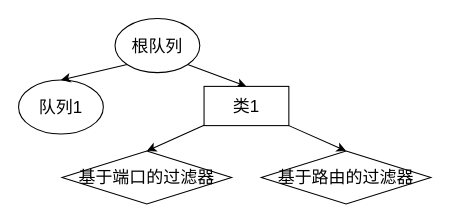
Above: page "TC实现流量控制的层次结构" (5 of 7) of 网络控制技术_流程图.drawio in Icarus1994/neutron_conf (draw.io), before the change. Source tidied: cells renumbered, new cells numbered last; positions are measured from the earlier drawing's top-left corner, leaving out a move shared by most shapes. Both pictures are drawn from the tidied source at 106%, with x=0, y=0 at pixel (18, 18).
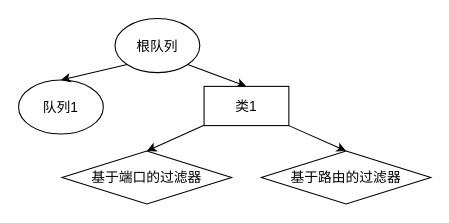
The same diagram, later.

Diff of the diagram source:
```diff
@@
 <mxGraphModel>
   <root>
     <mxCell id="0" />
     <mxCell id="1" parent="0" />
-    <mxCell id="2" style="edgeStyle=none;rounded=0;jettySize=auto;html=1;exitX=1;exitY=1;exitDx=0;exitDy=0;entryX=0.5;entryY=0;entryDx=0;entryDy=0;fontSize=16;" parent="1" edge="1" source="8" target="5">
+    <mxCell id="2" style="edgeStyle=none;rounded=0;jettySize=auto;html=1;exitX=1;exitY=1;exitDx=0;exitDy=0;entryX=0.5;entryY=0;entryDx=0;entryDy=0;fontSize=13;" parent="1" edge="1" source="8" target="5">
       <mxGeometry relative="1" as="geometry" />
     </mxCell>
-    <mxCell id="3" style="edgeStyle=none;rounded=0;jettySize=auto;html=1;entryX=0.5;entryY=0;entryDx=0;entryDy=0;fontSize=16;" parent="1" edge="1" source="5" target="6">
+    <mxCell id="3" style="edgeStyle=none;rounded=0;jettySize=auto;html=1;entryX=0.5;entryY=0;entryDx=0;entryDy=0;fontSize=13;" parent="1" edge="1" source="5" target="6">
       <mxGeometry relative="1" as="geometry" />
     </mxCell>
-    <mxCell id="4" style="edgeStyle=none;rounded=0;jettySize=auto;html=1;exitX=1;exitY=1;exitDx=0;exitDy=0;entryX=0.5;entryY=0;entryDx=0;entryDy=0;fontSize=16;" parent="1" edge="1" source="5" target="7">
+    <mxCell id="4" style="edgeStyle=none;rounded=0;jettySize=auto;html=1;exitX=1;exitY=1;exitDx=0;exitDy=0;entryX=0.5;entryY=0;entryDx=0;entryDy=0;fontSize=13;" parent="1" edge="1" source="5" target="7">
       <mxGeometry relative="1" as="geometry" />
     </mxCell>
-    <mxCell id="5" value="类1" style="rounded=0;whiteSpace=wrap;html=1;fontSize=16;" parent="1" vertex="1">
+    <mxCell id="5" value="类1" style="rounded=0;whiteSpace=wrap;html=1;fontSize=13;" parent="1" vertex="1">
       <mxGeometry x="175" y="64" width="80" height="37" as="geometry" />
     </mxCell>
-    <mxCell id="6" value="基于端口的过滤器" style="rhombus;whiteSpace=wrap;html=1;fontSize=16;" parent="1" vertex="1">
+    <mxCell id="6" value="基于端口的过滤器" style="rhombus;whiteSpace=wrap;html=1;fontSize=13;" parent="1" vertex="1">
       <mxGeometry x="41" y="125" width="160" height="50" as="geometry" />
     </mxCell>
-    <mxCell id="7" value="基于路由的过滤器" style="rhombus;whiteSpace=wrap;html=1;fontSize=16;" parent="1" vertex="1">
+    <mxCell id="7" value="基于路由的过滤器" style="rhombus;whiteSpace=wrap;html=1;fontSize=13;" parent="1" vertex="1">
       <mxGeometry x="229" y="125" width="160" height="50" as="geometry" />
     </mxCell>
-    <mxCell id="8" value="根队列" style="ellipse;whiteSpace=wrap;html=1;fontSize=16;" parent="1" vertex="1">
+    <mxCell id="8" value="根队列" style="ellipse;whiteSpace=wrap;html=1;fontSize=13;" parent="1" vertex="1">
       <mxGeometry x="91" width="80" height="51" as="geometry" />
     </mxCell>
-    <mxCell id="9" value="队列1" style="ellipse;whiteSpace=wrap;html=1;fontSize=16;" parent="1" vertex="1">
+    <mxCell id="9" value="队列1" style="ellipse;whiteSpace=wrap;html=1;fontSize=13;" parent="1" vertex="1">
       <mxGeometry y="58" width="80" height="51" as="geometry" />
     </mxCell>
-    <mxCell id="10" style="rounded=0;jettySize=auto;html=1;exitX=0;exitY=1;exitDx=0;exitDy=0;entryX=0.5;entryY=0;entryDx=0;entryDy=0;fontSize=16;" parent="1" edge="1" source="8" target="9">
+    <mxCell id="10" style="rounded=0;jettySize=auto;html=1;exitX=0;exitY=1;exitDx=0;exitDy=0;entryX=0.5;entryY=0;entryDx=0;entryDy=0;fontSize=13;" parent="1" edge="1" source="8" target="9">
       <mxGeometry relative="1" as="geometry" />
     </mxCell>
   </root>
 </mxGraphModel>
```
